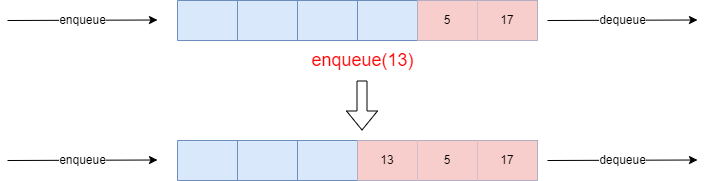
The draw.io diagram algrithem/queue.drawio.png in muxicode/c153080686, before a commit. Source tidied: cells renumbered, new cells last; positions are measured from the earlier drawing's top-left corner, leaving out a move shared by most shapes.
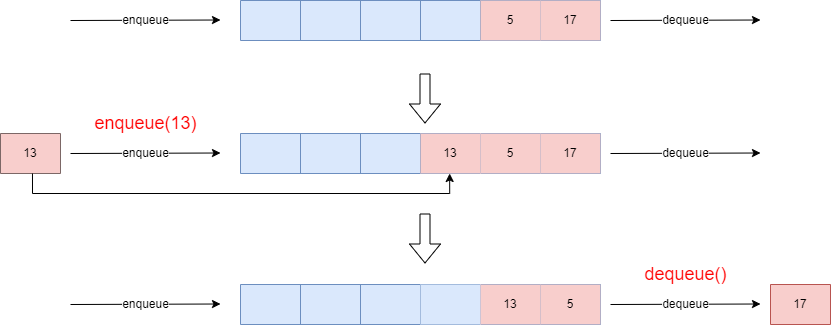
The same diagram one commit later.

What changed in the source:
```diff
@@ -3,7 +3,7 @@
     <mxCell id="0" />
     <mxCell id="1" parent="0" />
     <mxCell id="2" style="shape=table;startSize=0;fillColor=#dae8fc;strokeColor=#6c8ebf;" parent="1" vertex="1">
-      <mxGeometry x="170" width="360" height="40" as="geometry" />
+      <mxGeometry x="170" y="7" width="360" height="40" as="geometry" />
     </mxCell>
     <mxCell id="3" style="shape=tableRow;horizontal=0;startSize=0;swimlaneHead=0;swimlaneBody=0;strokeColor=inherit;top=0;left=0;bottom=0;right=0;fillColor=none;" parent="2" vertex="1">
       <mxGeometry width="360" height="40" as="geometry" />
@@ -28,14 +28,14 @@
     </mxCell>
     <mxCell id="10" value="enqueue" style="endArrow=classic;html=1;rounded=0;" parent="1" edge="1">
       <mxGeometry relative="1" as="geometry">
-        <mxPoint y="20" as="sourcePoint" />
-        <mxPoint x="150" y="19.5" as="targetPoint" />
+        <mxPoint y="27" as="sourcePoint" />
+        <mxPoint x="150" y="26.5" as="targetPoint" />
       </mxGeometry>
     </mxCell>
     <mxCell id="11" value="dequeue" style="endArrow=classic;html=1;rounded=0;" parent="1" edge="1">
       <mxGeometry relative="1" as="geometry">
-        <mxPoint x="540" y="20" as="sourcePoint" />
-        <mxPoint x="690" y="19.5" as="targetPoint" />
+        <mxPoint x="540" y="27" as="sourcePoint" />
+        <mxPoint x="690" y="26.5" as="targetPoint" />
       </mxGeometry>
     </mxCell>
     <mxCell id="12" style="shape=table;startSize=0;fillColor=#dae8fc;strokeColor=#6c8ebf;" parent="1" vertex="1">
@@ -75,7 +75,7 @@
       </mxGeometry>
     </mxCell>
     <mxCell id="22" value="&lt;font color=&quot;#ff0000&quot; style=&quot;font-size: 18px;&quot;&gt;enqueue(13)&lt;/font&gt;" style="text;html=1;align=center;verticalAlign=middle;strokeColor=none;fillColor=none;" parent="1" vertex="1">
-      <mxGeometry x="290" y="40" width="130" height="40" as="geometry" />
+      <mxGeometry x="10" y="110" width="130" height="40" as="geometry" />
     </mxCell>
     <mxCell id="23" style="shape=flexArrow;endArrow=classic;html=1;rounded=0;" parent="1" edge="1">
       <mxGeometry relative="1" as="geometry">
@@ -83,5 +83,71 @@
         <mxPoint x="354.5" y="130" as="targetPoint" />
       </mxGeometry>
     </mxCell>
+    <mxCell id="24" value="&lt;font color=&quot;#ff0000&quot; style=&quot;font-size: 18px;&quot;&gt;dequeue()&lt;/font&gt;" style="text;html=1;align=center;verticalAlign=middle;strokeColor=none;fillColor=none;" parent="1" vertex="1">
+      <mxGeometry x="560" y="261" width="110" height="40" as="geometry" />
+    </mxCell>
+    <mxCell id="25" style="shape=flexArrow;endArrow=classic;html=1;rounded=0;" parent="1" edge="1">
+      <mxGeometry relative="1" as="geometry">
+        <mxPoint x="354.5" y="220" as="sourcePoint" />
+        <mxPoint x="354.5" y="270" as="targetPoint" />
+      </mxGeometry>
+    </mxCell>
+    <mxCell id="26" style="shape=table;startSize=0;fillColor=#dae8fc;strokeColor=#6c8ebf;" parent="1" vertex="1">
+      <mxGeometry x="170" y="291" width="360" height="40" as="geometry" />
+    </mxCell>
+    <mxCell id="27" style="shape=tableRow;horizontal=0;startSize=0;swimlaneHead=0;swimlaneBody=0;strokeColor=inherit;top=0;left=0;bottom=0;right=0;fillColor=none;" parent="26" vertex="1">
+      <mxGeometry width="360" height="40" as="geometry" />
+    </mxCell>
+    <mxCell id="28" style="shape=partialRectangle;html=1;whiteSpace=wrap;strokeColor=inherit;overflow=hidden;fillColor=none;top=0;left=0;bottom=0;right=0;" parent="27" vertex="1">
+      <mxGeometry width="60" height="40" as="geometry" />
+    </mxCell>
+    <mxCell id="29" style="shape=partialRectangle;html=1;whiteSpace=wrap;strokeColor=inherit;overflow=hidden;fillColor=none;top=0;left=0;bottom=0;right=0;" parent="27" vertex="1">
+      <mxGeometry x="60" width="60" height="40" as="geometry" />
+    </mxCell>
+    <mxCell id="30" style="shape=partialRectangle;html=1;whiteSpace=wrap;strokeColor=inherit;overflow=hidden;fillColor=none;top=0;left=0;bottom=0;right=0;" parent="27" vertex="1">
+      <mxGeometry x="120" width="60" height="40" as="geometry" />
+    </mxCell>
+    <mxCell id="31" style="shape=partialRectangle;html=1;whiteSpace=wrap;strokeColor=#6c8ebf;overflow=hidden;fillColor=#dae8fc;top=0;left=0;bottom=0;right=0;" parent="27" vertex="1">
+      <mxGeometry x="180" width="60" height="40" as="geometry" />
+    </mxCell>
+    <mxCell id="32" value="13" style="shape=partialRectangle;html=1;whiteSpace=wrap;strokeColor=#b85450;overflow=hidden;fillColor=#f8cecc;top=0;left=0;bottom=0;right=0;" parent="27" vertex="1">
+      <mxGeometry x="240" width="60" height="40" as="geometry" />
+    </mxCell>
+    <mxCell id="33" value="5" style="shape=partialRectangle;html=1;whiteSpace=wrap;strokeColor=#b85450;overflow=hidden;fillColor=#f8cecc;top=0;left=0;bottom=0;right=0;" parent="27" vertex="1">
+      <mxGeometry x="300" width="60" height="40" as="geometry" />
+    </mxCell>
+    <mxCell id="34" value="enqueue" style="endArrow=classic;html=1;rounded=0;" parent="1" edge="1">
+      <mxGeometry relative="1" as="geometry">
+        <mxPoint y="311" as="sourcePoint" />
+        <mxPoint x="150" y="310.5" as="targetPoint" />
+      </mxGeometry>
+    </mxCell>
+    <mxCell id="35" value="dequeue" style="endArrow=classic;html=1;rounded=0;" parent="1" edge="1">
+      <mxGeometry relative="1" as="geometry">
+        <mxPoint x="540" y="311" as="sourcePoint" />
+        <mxPoint x="690" y="310.5" as="targetPoint" />
+      </mxGeometry>
+    </mxCell>
+    <mxCell id="36" style="shape=table;startSize=0;fillColor=#f8cecc;strokeColor=#b85450;" parent="1" vertex="1">
+      <mxGeometry x="700" y="291" width="60" height="40" as="geometry" />
+    </mxCell>
+    <mxCell id="37" style="shape=tableRow;horizontal=0;startSize=0;swimlaneHead=0;swimlaneBody=0;strokeColor=inherit;top=0;left=0;bottom=0;right=0;fillColor=none;" parent="36" vertex="1">
+      <mxGeometry width="60" height="40" as="geometry" />
+    </mxCell>
+    <mxCell id="38" value="17" style="shape=partialRectangle;html=1;whiteSpace=wrap;strokeColor=inherit;overflow=hidden;fillColor=none;top=0;left=0;bottom=0;right=0;" parent="37" vertex="1">
+      <mxGeometry width="60" height="40" as="geometry" />
+    </mxCell>
+    <mxCell id="39" style="shape=table;startSize=0;" parent="1" vertex="1">
+      <mxGeometry x="-70" y="140" width="60" height="40" as="geometry" />
+    </mxCell>
+    <mxCell id="40" style="shape=tableRow;horizontal=0;startSize=0;swimlaneHead=0;swimlaneBody=0;strokeColor=#b85450;top=0;left=0;bottom=0;right=0;fillColor=#f8cecc;points=[[0,0.5],[1,0.5]];portConstraint=eastwest;" parent="39" vertex="1">
+      <mxGeometry width="60" height="40" as="geometry" />
+    </mxCell>
+    <mxCell id="41" value="13" style="shape=partialRectangle;html=1;whiteSpace=wrap;strokeColor=inherit;overflow=hidden;fillColor=none;top=0;left=0;bottom=0;right=0;" parent="40" vertex="1">
+      <mxGeometry width="60" height="40" as="geometry" />
+    </mxCell>
+    <mxCell id="42" style="edgeStyle=orthogonalEdgeStyle;rounded=0;jettySize=auto;html=1;exitX=0.533;exitY=1;exitDx=0;exitDy=0;entryX=0.581;entryY=1;entryDx=0;entryDy=0;entryPerimeter=0;exitPerimeter=0;" parent="1" edge="1" source="40" target="13">
+      <mxGeometry relative="1" as="geometry" />
+    </mxCell>
   </root>
 </mxGraphModel>
```
